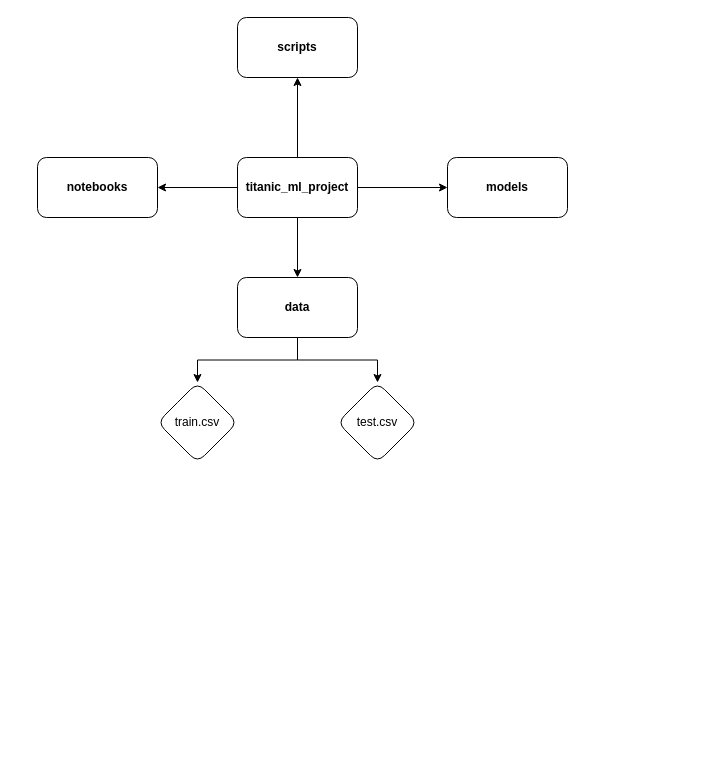
This is Titanic.drawio from initialllllll/TP1-Python-production-code, a draw.io file, before an edit. Source tidied: cells renumbered, new cells numbered last; positions are measured from the earlier drawing's top-left corner, leaving out a move shared by most shapes. Both pictures are drawn from the tidied source at 100%, with x=0, y=0 at pixel (37, 17).
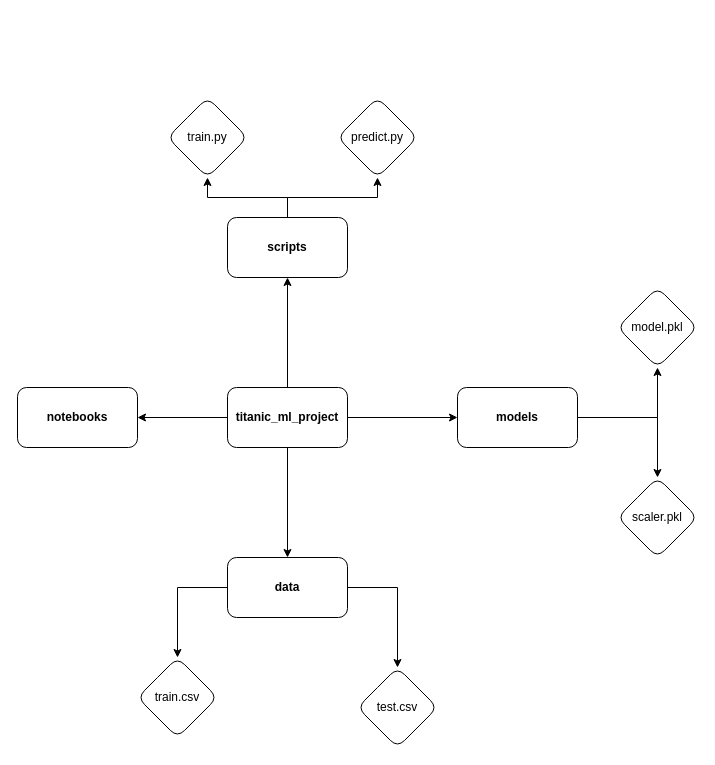
The same diagram, later.

What changed in the source:
```diff
@@
     <mxCell id="6" value="&lt;h4&gt;titanic_ml_project&lt;/h4&gt;" style="rounded=1;whiteSpace=wrap;html=1;" parent="1" vertex="1">
-      <mxGeometry x="200" y="140" width="120" height="60" as="geometry" />
+      <mxGeometry x="190" y="370" width="120" height="60" as="geometry" />
     </mxCell>
@@
     <mxCell id="9" value="&lt;h4&gt;data&lt;/h4&gt;" style="rounded=1;whiteSpace=wrap;html=1;" parent="1" vertex="1">
-      <mxGeometry x="200" y="260" width="120" height="60" as="geometry" />
+      <mxGeometry x="190" y="540" width="120" height="60" as="geometry" />
     </mxCell>
+    <mxCell id="15" style="edgeStyle=orthogonalEdgeStyle;rounded=0;jettySize=auto;html=1;" parent="1" edge="1" source="10" target="19">
+      <mxGeometry relative="1" as="geometry" />
+    </mxCell>
+    <mxCell id="16" style="edgeStyle=orthogonalEdgeStyle;rounded=0;jettySize=auto;html=1;" parent="1" edge="1" source="10" target="20">
+      <mxGeometry relative="1" as="geometry" />
+    </mxCell>
     <mxCell id="10" value="&lt;h4&gt;models&lt;/h4&gt;" style="rounded=1;whiteSpace=wrap;html=1;" parent="1" vertex="1">
-      <mxGeometry x="410" y="140" width="120" height="60" as="geometry" />
+      <mxGeometry x="420" y="370" width="120" height="60" as="geometry" />
     </mxCell>
+    <mxCell id="17" style="edgeStyle=orthogonalEdgeStyle;rounded=0;jettySize=auto;html=1;" parent="1" edge="1" source="11" target="21">
+      <mxGeometry relative="1" as="geometry" />
+    </mxCell>
+    <mxCell id="18" style="edgeStyle=orthogonalEdgeStyle;rounded=0;jettySize=auto;html=1;" parent="1" edge="1" source="11" target="22">
+      <mxGeometry relative="1" as="geometry" />
+    </mxCell>
     <mxCell id="11" value="&lt;h4&gt;scripts&lt;/h4&gt;" style="rounded=1;whiteSpace=wrap;html=1;" parent="1" vertex="1">
-      <mxGeometry x="200" width="120" height="60" as="geometry" />
+      <mxGeometry x="190" y="200" width="120" height="60" as="geometry" />
     </mxCell>
     <mxCell id="12" value="&lt;h4&gt;notebooks&lt;/h4&gt;" style="rounded=1;whiteSpace=wrap;html=1;" parent="1" vertex="1">
-      <mxGeometry y="140" width="120" height="60" as="geometry" />
+      <mxGeometry x="-20" y="370" width="120" height="60" as="geometry" />
     </mxCell>
     <mxCell id="13" value="train.csv" style="rhombus;whiteSpace=wrap;html=1;rounded=1;" parent="1" vertex="1">
-      <mxGeometry x="120" y="365" width="80" height="80" as="geometry" />
+      <mxGeometry x="100" y="640" width="80" height="80" as="geometry" />
     </mxCell>
     <mxCell id="14" value="test.csv" style="rhombus;whiteSpace=wrap;html=1;rounded=1;" parent="1" vertex="1">
-      <mxGeometry x="300" y="365" width="80" height="80" as="geometry" />
+      <mxGeometry x="320" y="650" width="80" height="80" as="geometry" />
     </mxCell>
+    <mxCell id="19" value="model.pkl" style="rhombus;whiteSpace=wrap;html=1;rounded=1;" parent="1" vertex="1">
+      <mxGeometry x="580" y="270" width="80" height="80" as="geometry" />
+    </mxCell>
+    <mxCell id="20" value="scaler.pkl" style="rhombus;whiteSpace=wrap;html=1;rounded=1;" parent="1" vertex="1">
+      <mxGeometry x="580" y="460" width="80" height="80" as="geometry" />
+    </mxCell>
+    <mxCell id="21" value="train.py" style="rhombus;whiteSpace=wrap;html=1;rounded=1;" parent="1" vertex="1">
+      <mxGeometry x="130" y="80" width="80" height="80" as="geometry" />
+    </mxCell>
+    <mxCell id="22" value="predict.py" style="rhombus;whiteSpace=wrap;html=1;rounded=1;" parent="1" vertex="1">
+      <mxGeometry x="300" y="80" width="80" height="80" as="geometry" />
+    </mxCell>
```
